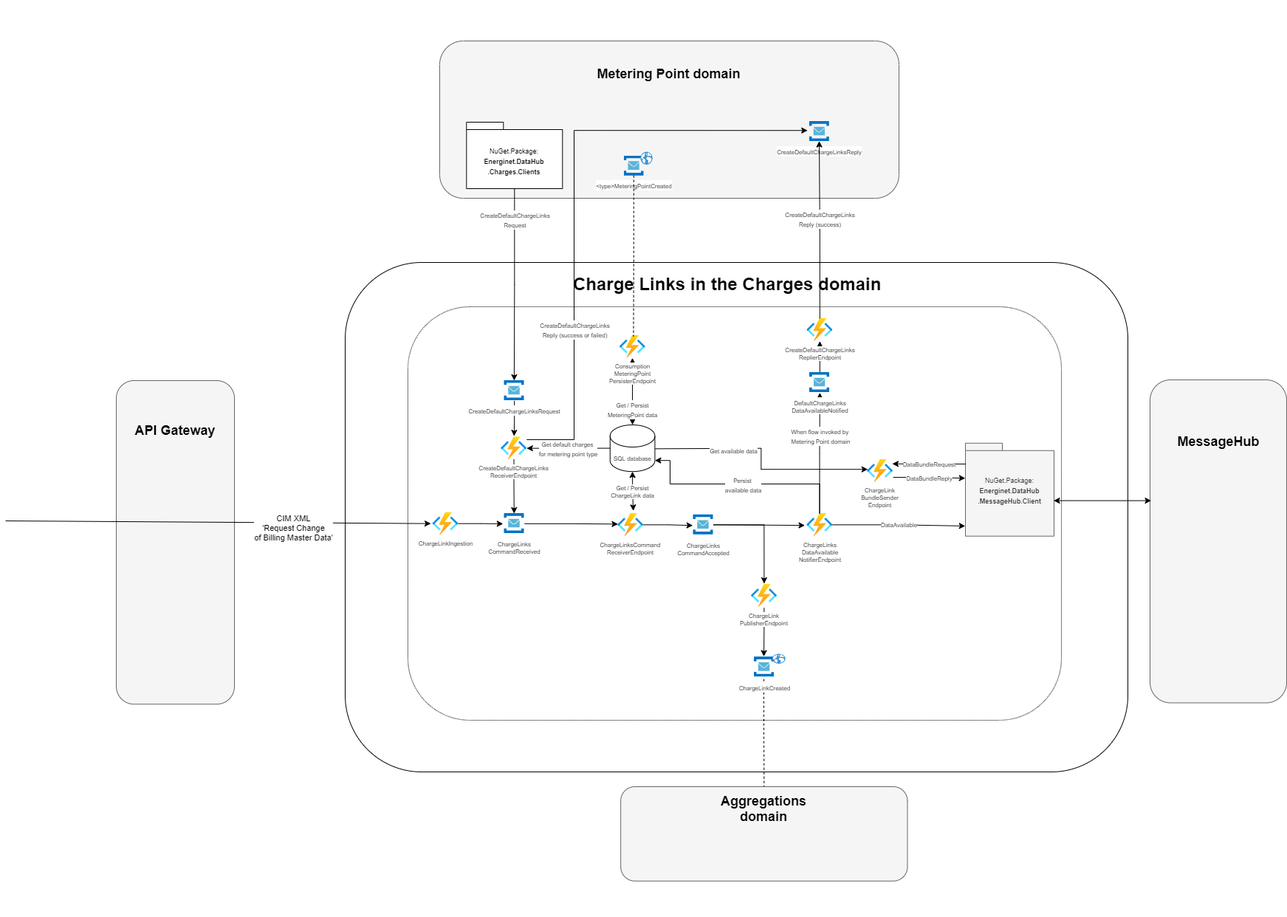
Above: ARCHITECTURE-ChargeLinks.png in Energinet-DataHub/ARCHIVED-geh-charges (draw.io), before the change. Source tidied: cells renumbered, new cells last; positions are measured from the earlier drawing's top-left corner, leaving out a move shared by most shapes.
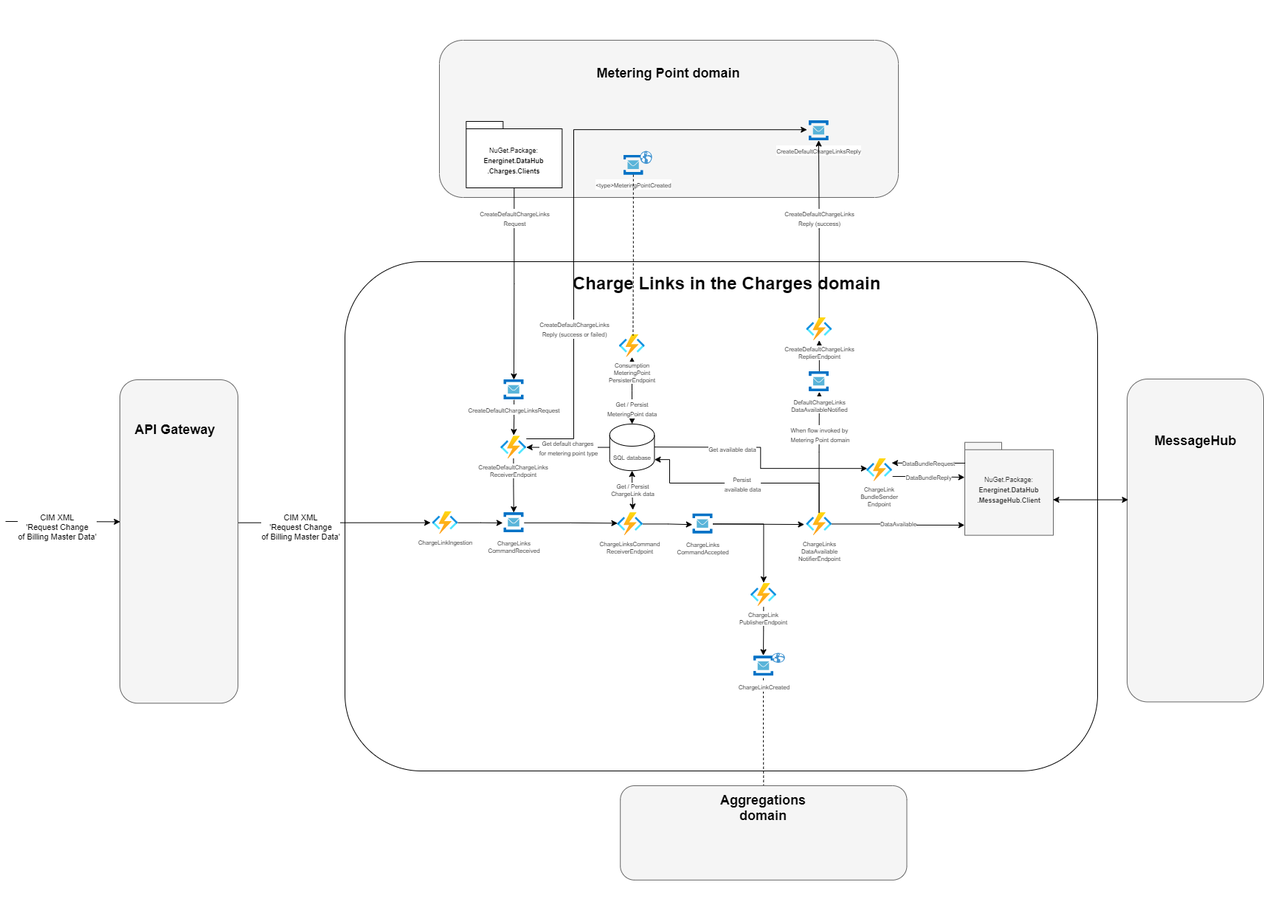
Later version of the same file.

Diff of the diagram source:
```diff
@@ -27,11 +27,8 @@
       <mxGeometry x="460" y="300" width="1060" height="885.6" as="geometry" />
     </mxCell>
     <mxCell id="10" style="rounded=1;whiteSpace=wrap;html=1;" parent="9" vertex="1">
-      <mxGeometry width="1060" height="690" as="geometry" />
+      <mxGeometry width="1020" height="690" as="geometry" />
     </mxCell>
-    <mxCell id="11" style="rounded=1;whiteSpace=wrap;html=1;dashed=1;dashPattern=1 1;align=center;" parent="9" vertex="1">
-      <mxGeometry x="84.9" y="60" width="885.1" height="560" as="geometry" />
-    </mxCell>
     <mxCell id="12" style="edgeStyle=orthogonalEdgeStyle;rounded=0;jettySize=auto;html=1;entryX=0.475;entryY=-0.028;entryDx=0;entryDy=0;entryPerimeter=0;startArrow=none;startFill=0;endArrow=classic;endFill=1;strokeColor=#000000;exitX=0.5;exitY=1.044;exitDx=0;exitDy=0;exitPerimeter=0;" parent="9" edge="1" source="27" target="51">
       <mxGeometry relative="1" as="geometry" />
     </mxCell>
@@ -181,19 +178,11 @@
     <mxCell id="55" value="&lt;b&gt;&lt;font style=&quot;font-size: 18px&quot;&gt;Aggregations domain&lt;/font&gt;&lt;/b&gt;" style="text;html=1;strokeColor=none;fillColor=none;align=center;verticalAlign=middle;whiteSpace=wrap;rounded=0;" parent="53" vertex="1">
       <mxGeometry x="109.2" y="9.1" width="169.9" height="41.2" as="geometry" />
     </mxCell>
-    <mxCell id="56" style="rounded=1;whiteSpace=wrap;html=1;fillColor=#f5f5f5;strokeColor=#666666;fontColor=#333333;" parent="1" vertex="1">
-      <mxGeometry x="150" y="460" width="160" height="438.2" as="geometry" />
-    </mxCell>
-    <mxCell id="57" value="&lt;b&gt;&lt;font style=&quot;font-size: 18px&quot;&gt;API Gateway&lt;/font&gt;&lt;/b&gt;" style="text;html=1;strokeColor=none;fillColor=none;align=center;verticalAlign=middle;whiteSpace=wrap;rounded=0;" parent="1" vertex="1">
-      <mxGeometry x="155" y="516.8" width="150" height="22.6" as="geometry" />
-    </mxCell>
-    <mxCell id="58" value="CIM XML&lt;br&gt;'Request Change&lt;br&gt;of Billing Master Data'" style="endArrow=classic;html=1;entryX=-0.071;entryY=0.497;entryDx=0;entryDy=0;entryPerimeter=0;" parent="1" edge="1" target="18">
-      <mxGeometry x="0.35" y="-8" relative="1" as="geometry">
-        <mxPoint y="650" as="sourcePoint" />
-      </mxGeometry>
+    <mxCell id="58" value="CIM XML&lt;br&gt;'Request Change&lt;br&gt;of Billing Master Data'" style="endArrow=classic;html=1;entryX=-0.071;entryY=0.497;entryDx=0;entryDy=0;entryPerimeter=0;exitX=1.002;exitY=0.442;exitDx=0;exitDy=0;exitPerimeter=0;" parent="1" edge="1" source="56" target="18">
+      <mxGeometry x="-0.35" y="-6" relative="1" as="geometry" />
     </mxCell>
     <mxCell id="59" style="group;" parent="1" vertex="1">
-      <mxGeometry x="1550" y="479" width="185" height="437.4" as="geometry" />
+      <mxGeometry x="1520" y="479" width="185" height="437.4" as="geometry" />
     </mxCell>
     <mxCell id="60" style="rounded=1;whiteSpace=wrap;html=1;fillColor=#f5f5f5;strokeColor=#666666;fontColor=#333333;" parent="59" vertex="1">
       <mxGeometry y="-20" width="185" height="437.4" as="geometry" />
@@ -239,5 +228,19 @@
         <mxPoint x="1" y="12" as="offset" />
       </mxGeometry>
     </mxCell>
+    <mxCell id="71" style="group;" parent="1" vertex="1">
+      <mxGeometry x="155" y="460" width="160" height="438.2" as="geometry" />
+    </mxCell>
+    <mxCell id="56" style="rounded=1;whiteSpace=wrap;html=1;fillColor=#f5f5f5;strokeColor=#666666;fontColor=#333333;" parent="71" vertex="1">
+      <mxGeometry width="160" height="438.2" as="geometry" />
+    </mxCell>
+    <mxCell id="57" value="&lt;b&gt;&lt;font style=&quot;font-size: 18px&quot;&gt;API Gateway&lt;/font&gt;&lt;/b&gt;" style="text;html=1;strokeColor=none;fillColor=none;align=center;verticalAlign=middle;whiteSpace=wrap;rounded=0;" parent="71" vertex="1">
+      <mxGeometry y="56.8" width="150" height="22.6" as="geometry" />
+    </mxCell>
+    <mxCell id="72" value="CIM XML&lt;br&gt;'Request Change&lt;br&gt;of Billing Master Data'" style="endArrow=classic;html=1;entryX=0.002;entryY=0.439;entryDx=0;entryDy=0;entryPerimeter=0;" parent="1" edge="1" target="56">
+      <mxGeometry x="-0.1" y="-8" relative="1" as="geometry">
+        <mxPoint y="652" as="sourcePoint" />
+      </mxGeometry>
+    </mxCell>
   </root>
 </mxGraphModel>
```
